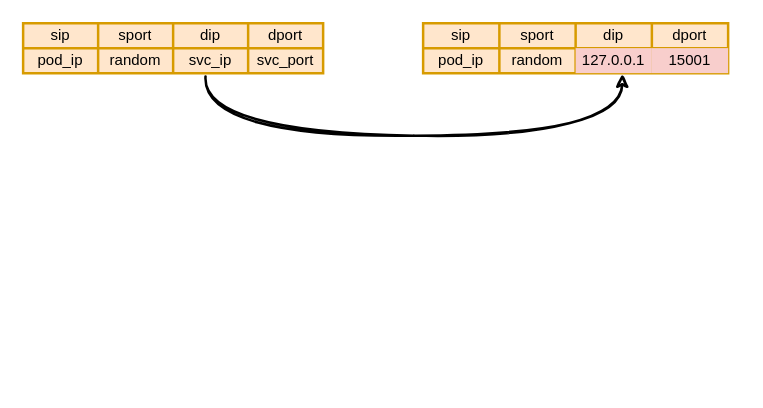
Before: egress_key_rewrite.drawio in xu1zhou/Documents, a draw.io diagram. Source tidied: cells renumbered, new cells numbered last; positions are measured from the earlier drawing's top-left corner, leaving out a move shared by most shapes. Both pictures are drawn from the tidied source at 125%, with x=0, y=0 at pixel (22, 22).
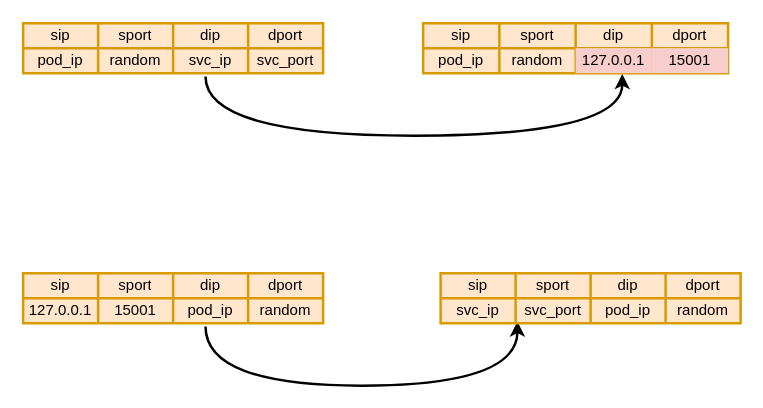
The same diagram, later.

Unchanged cells that the change refers to:
```xml
<mxCell id="9" style="shape=partialRectangle;html=1;whiteSpace=wrap;fillColor=none;top=0;left=0;bottom=0;right=0;points=[[0,0.5],[1,0.5]];portConstraint=eastwest;" parent="3" vertex="1">
  <mxGeometry y="20" width="240" height="20" as="geometry" />
</mxCell>
<mxCell id="20" style="shape=partialRectangle;html=1;whiteSpace=wrap;fillColor=none;top=0;left=0;bottom=0;right=0;points=[[0,0.5],[1,0.5]];portConstraint=eastwest;" parent="14" vertex="1">
  <mxGeometry y="20" width="244" height="20" as="geometry" />
</mxCell>
```

Diff of the diagram source:
```diff
@@
-    <mxCell id="2" style="edgeStyle=orthogonalEdgeStyle;rounded=0;jettySize=auto;html=1;curved=1;exitX=0.608;exitY=1.133;exitDx=0;exitDy=0;exitPerimeter=0;entryX=0.653;entryY=1.033;entryDx=0;entryDy=0;entryPerimeter=0;strokeWidth=2;sketch=1;" parent="1" edge="1" source="9" target="20">
+    <mxCell id="2" style="edgeStyle=orthogonalEdgeStyle;rounded=0;jettySize=auto;html=1;curved=1;exitX=0.608;exitY=1.133;exitDx=0;exitDy=0;exitPerimeter=0;entryX=0.653;entryY=1.033;entryDx=0;entryDy=0;entryPerimeter=0;strokeWidth=2;sketch=0;" parent="1" edge="1" source="9" target="20">
       <mxGeometry relative="1" as="geometry">
         <Array as="points">
           <mxPoint x="146" y="90" />
           <mxPoint x="479" y="90" />
         </Array>
       </mxGeometry>
     </mxCell>
@@
+    <mxCell id="25" style="edgeStyle=orthogonalEdgeStyle;rounded=0;jettySize=auto;html=1;curved=1;exitX=0.608;exitY=1.133;exitDx=0;exitDy=0;exitPerimeter=0;strokeWidth=2;sketch=0;entryX=0.256;entryY=0.933;entryDx=0;entryDy=0;entryPerimeter=0;" parent="1" edge="1" source="32" target="43">
+      <mxGeometry relative="1" as="geometry">
+        <Array as="points">
+          <mxPoint x="146" y="290" />
+          <mxPoint x="395" y="290" />
+        </Array>
+      </mxGeometry>
+    </mxCell>
+    <mxCell id="26" style="shape=table;html=1;whiteSpace=wrap;startSize=0;childLayout=tableLayout;shadow=0;fillColor=#ffe6cc;strokeColor=#d79b00;strokeWidth=2;rounded=0;sketch=0;" parent="1" vertex="1">
+      <mxGeometry y="200" width="240" height="40" as="geometry" />
+    </mxCell>
+    <mxCell id="27" style="shape=partialRectangle;html=1;whiteSpace=wrap;fillColor=none;top=0;left=0;bottom=0;right=0;" parent="26" vertex="1">
+      <mxGeometry width="240" height="20" as="geometry" />
+    </mxCell>
+    <mxCell id="28" value="sip" style="shape=partialRectangle;html=1;whiteSpace=wrap;overflow=hidden;fillColor=none;top=0;left=0;bottom=0;right=0;" parent="27" vertex="1">
+      <mxGeometry width="60" height="20" as="geometry" />
+    </mxCell>
+    <mxCell id="29" value="sport" style="shape=partialRectangle;html=1;whiteSpace=wrap;overflow=hidden;fillColor=none;top=0;left=0;bottom=0;right=0;" parent="27" vertex="1">
+      <mxGeometry x="60" width="60" height="20" as="geometry" />
+    </mxCell>
+    <mxCell id="30" value="dip" style="shape=partialRectangle;html=1;whiteSpace=wrap;overflow=hidden;fillColor=none;top=0;left=0;bottom=0;right=0;" parent="27" vertex="1">
+      <mxGeometry x="120" width="60" height="20" as="geometry" />
+    </mxCell>
+    <mxCell id="31" value="dport" style="shape=partialRectangle;html=1;whiteSpace=wrap;overflow=hidden;fillColor=none;top=0;left=0;bottom=0;right=0;" parent="27" vertex="1">
+      <mxGeometry x="180" width="60" height="20" as="geometry" />
+    </mxCell>
+    <mxCell id="32" style="shape=partialRectangle;html=1;whiteSpace=wrap;fillColor=none;top=0;left=0;bottom=0;right=0;points=[[0,0.5],[1,0.5]];portConstraint=eastwest;" parent="26" vertex="1">
+      <mxGeometry y="20" width="240" height="20" as="geometry" />
+    </mxCell>
+    <mxCell id="33" value="127.0.0.1" style="shape=partialRectangle;html=1;whiteSpace=wrap;overflow=hidden;fillColor=none;top=0;left=0;bottom=0;right=0;" parent="32" vertex="1">
+      <mxGeometry width="60" height="20" as="geometry" />
+    </mxCell>
+    <mxCell id="34" value="15001" style="shape=partialRectangle;html=1;whiteSpace=wrap;overflow=hidden;fillColor=none;top=0;left=0;bottom=0;right=0;" parent="32" vertex="1">
+      <mxGeometry x="60" width="60" height="20" as="geometry" />
+    </mxCell>
+    <mxCell id="35" value="pod_ip" style="shape=partialRectangle;html=1;whiteSpace=wrap;overflow=hidden;fillColor=none;top=0;left=0;bottom=0;right=0;" parent="32" vertex="1">
+      <mxGeometry x="120" width="60" height="20" as="geometry" />
+    </mxCell>
+    <mxCell id="36" value="random" style="shape=partialRectangle;html=1;whiteSpace=wrap;overflow=hidden;fillColor=none;top=0;left=0;bottom=0;right=0;" parent="32" vertex="1">
+      <mxGeometry x="180" width="60" height="20" as="geometry" />
+    </mxCell>
+    <mxCell id="37" style="shape=table;html=1;whiteSpace=wrap;startSize=0;childLayout=tableLayout;shadow=0;fillColor=#ffe6cc;strokeColor=#d79b00;strokeWidth=2;rounded=0;sketch=0;" parent="1" vertex="1">
+      <mxGeometry x="334" y="200" width="240" height="40" as="geometry" />
+    </mxCell>
+    <mxCell id="38" style="shape=partialRectangle;html=1;whiteSpace=wrap;fillColor=none;top=0;left=0;bottom=0;right=0;" parent="37" vertex="1">
+      <mxGeometry width="240" height="20" as="geometry" />
+    </mxCell>
+    <mxCell id="39" value="sip" style="shape=partialRectangle;html=1;whiteSpace=wrap;overflow=hidden;fillColor=none;top=0;left=0;bottom=0;right=0;" parent="38" vertex="1">
+      <mxGeometry width="60" height="20" as="geometry" />
+    </mxCell>
+    <mxCell id="40" value="sport" style="shape=partialRectangle;html=1;whiteSpace=wrap;overflow=hidden;fillColor=none;top=0;left=0;bottom=0;right=0;" parent="38" vertex="1">
+      <mxGeometry x="60" width="60" height="20" as="geometry" />
+    </mxCell>
+    <mxCell id="41" value="dip" style="shape=partialRectangle;html=1;whiteSpace=wrap;overflow=hidden;fillColor=none;top=0;left=0;bottom=0;right=0;" parent="38" vertex="1">
+      <mxGeometry x="120" width="60" height="20" as="geometry" />
+    </mxCell>
+    <mxCell id="42" value="dport" style="shape=partialRectangle;html=1;whiteSpace=wrap;overflow=hidden;fillColor=none;top=0;left=0;bottom=0;right=0;" parent="38" vertex="1">
+      <mxGeometry x="180" width="60" height="20" as="geometry" />
+    </mxCell>
+    <mxCell id="43" style="shape=partialRectangle;html=1;whiteSpace=wrap;fillColor=none;top=0;left=0;bottom=0;right=0;points=[[0,0.5],[1,0.5]];portConstraint=eastwest;" parent="37" vertex="1">
+      <mxGeometry y="20" width="240" height="20" as="geometry" />
+    </mxCell>
+    <mxCell id="44" value="svc_ip" style="shape=partialRectangle;html=1;whiteSpace=wrap;overflow=hidden;fillColor=none;top=0;left=0;bottom=0;right=0;" parent="43" vertex="1">
+      <mxGeometry width="60" height="20" as="geometry" />
+    </mxCell>
+    <mxCell id="45" value="svc_port" style="shape=partialRectangle;html=1;whiteSpace=wrap;overflow=hidden;fillColor=none;top=0;left=0;bottom=0;right=0;" parent="43" vertex="1">
+      <mxGeometry x="60" width="60" height="20" as="geometry" />
+    </mxCell>
+    <mxCell id="46" value="pod_ip" style="shape=partialRectangle;html=1;whiteSpace=wrap;overflow=hidden;fillColor=none;top=0;left=0;bottom=0;right=0;" parent="43" vertex="1">
+      <mxGeometry x="120" width="60" height="20" as="geometry" />
+    </mxCell>
+    <mxCell id="47" value="random" style="shape=partialRectangle;html=1;whiteSpace=wrap;overflow=hidden;fillColor=none;top=0;left=0;bottom=0;right=0;" parent="43" vertex="1">
+      <mxGeometry x="180" width="60" height="20" as="geometry" />
+    </mxCell>
```
